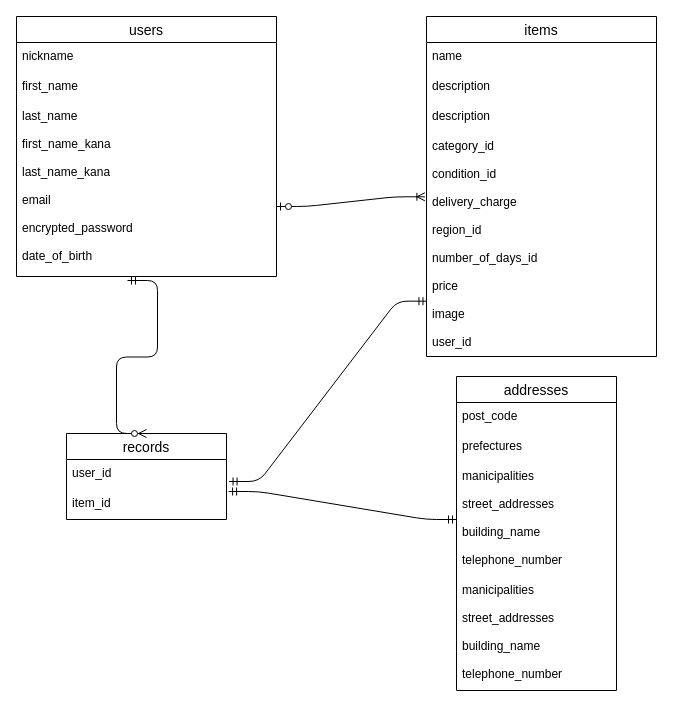
This is test.dio from hirohisa-y/furima-40566, a draw.io file, before an edit. Source tidied: cells renumbered, new cells numbered last; positions are measured from the earlier drawing's top-left corner, leaving out a move shared by most shapes. Both pictures are drawn from the tidied source at 100%, with x=0, y=0 at pixel (16, 16).
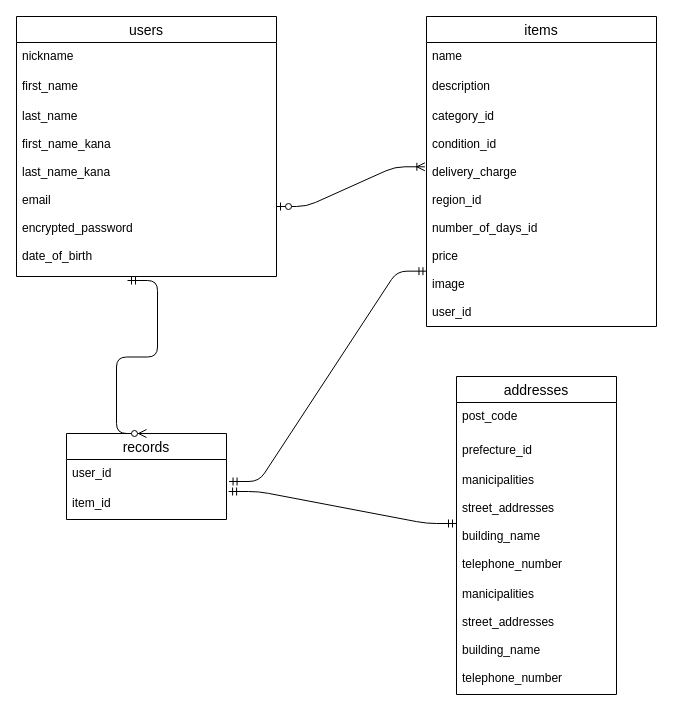
The same diagram, later.

Commit message (it also covers changes not shown here):
ER図、READMEの修正２

What changed in the source:
```diff
@@
     <mxCell id="6" value="items" style="swimlane;fontStyle=0;horizontal=1;startSize=26;align=center;fontSize=14;" parent="1" vertex="1">
-      <mxGeometry x="410" width="230" height="340" as="geometry" />
+      <mxGeometry x="410" width="230" height="310" as="geometry" />
     </mxCell>
@@
-    <mxCell id="9" value="description&#10;" style="text;strokeColor=none;fillColor=none;spacingLeft=4;spacingRight=4;overflow=hidden;fontSize=12;" parent="6" vertex="1">
-      <mxGeometry y="86" width="230" height="30" as="geometry" />
-    </mxCell>
     <mxCell id="10" value="category_id&#10;&#10;condition_id&#10;&#10;delivery_charge&#10;&#10;region_id&#10;&#10;number_of_days_id&#10;&#10;price&#10;&#10;image&#10;&#10;user_id" style="text;strokeColor=none;fillColor=none;spacingLeft=4;spacingRight=4;overflow=hidden;points=[[0,0.5],[1,0.5]];portConstraint=eastwest;fontSize=12;" parent="6" vertex="1">
-      <mxGeometry y="116" width="230" height="224" as="geometry" />
+      <mxGeometry y="86" width="230" height="224" as="geometry" />
     </mxCell>
@@
     <mxCell id="14" value="addresses" style="swimlane;fontStyle=0;horizontal=1;startSize=26;align=center;fontSize=14;" parent="1" vertex="1">
-      <mxGeometry x="440" y="360" width="160" height="314" as="geometry" />
+      <mxGeometry x="440" y="360" width="160" height="318" as="geometry" />
     </mxCell>
     <mxCell id="15" value="post_code" style="text;strokeColor=none;fillColor=none;spacingLeft=4;spacingRight=4;overflow=hidden;fontSize=12;" parent="14" vertex="1">
-      <mxGeometry y="26" width="160" height="30" as="geometry" />
+      <mxGeometry y="26" width="160" height="34" as="geometry" />
     </mxCell>
-    <mxCell id="16" value="prefectures" style="text;strokeColor=none;fillColor=none;spacingLeft=4;spacingRight=4;overflow=hidden;fontSize=12;" parent="14" vertex="1">
-      <mxGeometry y="56" width="160" height="30" as="geometry" />
+    <mxCell id="16" value="prefecture_id" style="text;strokeColor=none;fillColor=none;spacingLeft=4;spacingRight=4;overflow=hidden;fontSize=12;" parent="14" vertex="1">
+      <mxGeometry y="60" width="160" height="30" as="geometry" />
     </mxCell>
     <mxCell id="17" value="manicipalities&#10;&#10;street_addresses&#10;&#10;building_name&#10;&#10;telephone_number" style="text;strokeColor=none;fillColor=none;spacingLeft=4;spacingRight=4;overflow=hidden;points=[[0,0.5],[1,0.5]];portConstraint=eastwest;fontSize=12;" parent="14" vertex="1">
-      <mxGeometry y="86" width="160" height="114" as="geometry" />
+      <mxGeometry y="90" width="160" height="114" as="geometry" />
     </mxCell>
     <mxCell id="18" value="manicipalities&#10;&#10;street_addresses&#10;&#10;building_name&#10;&#10;telephone_number" style="text;strokeColor=none;fillColor=none;spacingLeft=4;spacingRight=4;overflow=hidden;fontSize=12;" parent="14" vertex="1">
-      <mxGeometry y="200" width="160" height="114" as="geometry" />
+      <mxGeometry y="204" width="160" height="114" as="geometry" />
     </mxCell>
```
